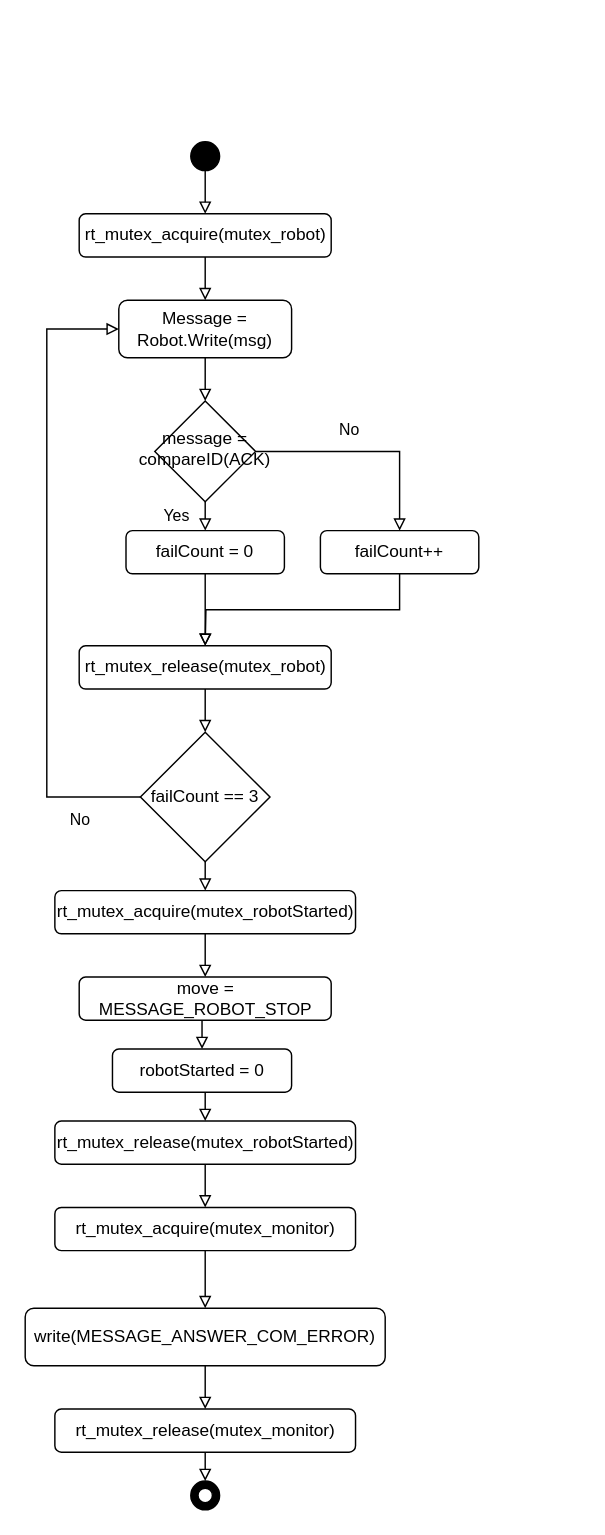
The draw.io diagram Conception/Thread ComRobotWatcher.drawio in Rayanem/Temps_reel, before the edit. Source tidied: cells renumbered, new cells numbered last; positions are measured from the earlier drawing's top-left corner, leaving out a move shared by most shapes. Both pictures are drawn from the tidied source at 144%, with x=0, y=0 at pixel (24, 141).
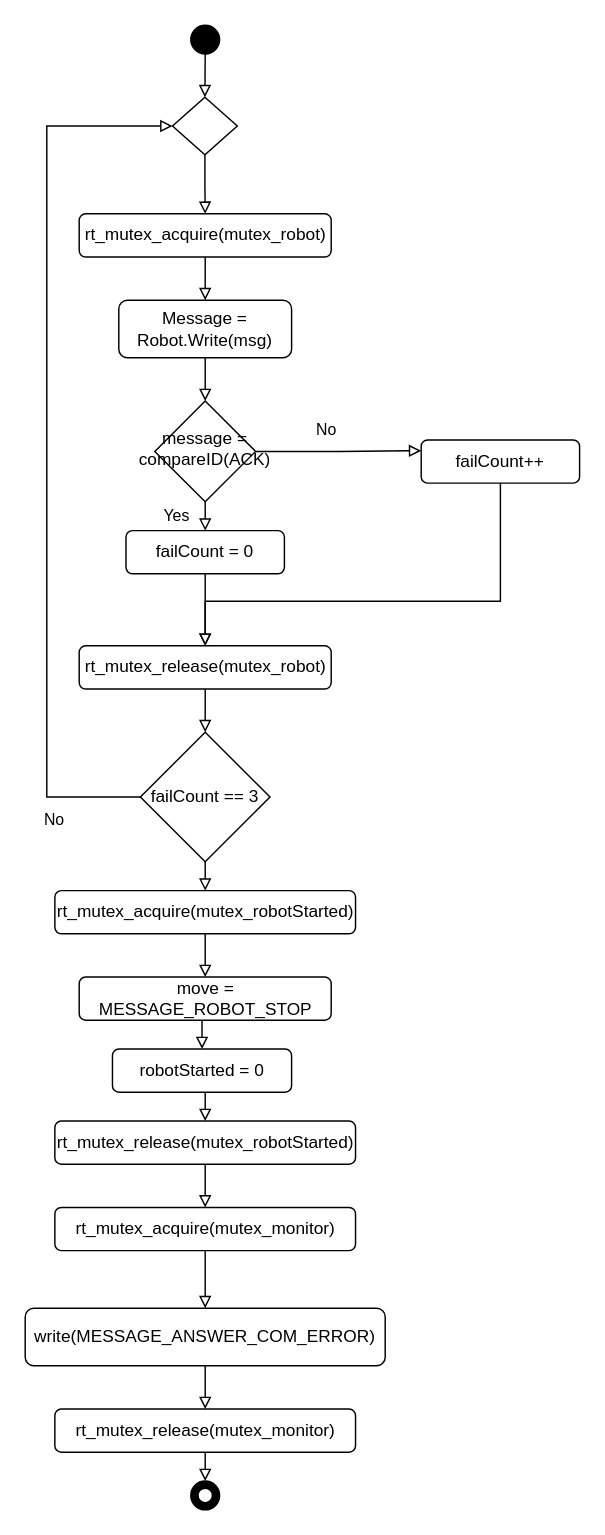
Above is the later version.

The change refers to these unchanged cells:
```xml
<mxCell id="3" value="rt_mutex_acquire(mutex_robot)" style="rounded=1;whiteSpace=wrap;html=1;fontSize=12;glass=0;strokeWidth=1;shadow=0;" parent="1" vertex="1">
  <mxGeometry x="37.5" y="50" width="175" height="30" as="geometry" />
</mxCell>
<mxCell id="5" value="Message = Robot.Write(msg)" style="rounded=1;whiteSpace=wrap;html=1;fontSize=12;glass=0;strokeWidth=1;shadow=0;" parent="1" vertex="1">
  <mxGeometry x="65" y="110" width="120" height="40" as="geometry" />
</mxCell>
<mxCell id="10" value="failCount == 3" style="rhombus;whiteSpace=wrap;html=1;" parent="1" vertex="1">
  <mxGeometry x="80" y="410" width="90" height="90" as="geometry" />
</mxCell>
<mxCell id="14" value="message = compareID(ACK)" style="rhombus;whiteSpace=wrap;html=1;shadow=0;fontFamily=Helvetica;fontSize=12;align=center;strokeWidth=1;spacing=6;spacingTop=-4;" parent="1" vertex="1">
  <mxGeometry x="90" y="180" width="70" height="70" as="geometry" />
</mxCell>
<mxCell id="20" value="rt_mutex_release(mutex_robot)" style="rounded=1;whiteSpace=wrap;html=1;fontSize=12;glass=0;strokeWidth=1;shadow=0;" parent="1" vertex="1">
  <mxGeometry x="37.5" y="350" width="175" height="30" as="geometry" />
</mxCell>
```

Diff of the diagram source:
```diff
@@
-    <mxCell id="6" style="edgeStyle=orthogonalEdgeStyle;rounded=0;jettySize=auto;html=1;exitX=0.5;exitY=1;exitDx=0;exitDy=0;entryX=0.5;entryY=0;entryDx=0;entryDy=0;endArrow=block;endFill=0;" parent="1" edge="1" target="3">
+    <mxCell id="6" style="edgeStyle=orthogonalEdgeStyle;rounded=0;jettySize=auto;html=1;exitX=0.5;exitY=1;exitDx=0;exitDy=0;entryX=0.5;entryY=0;entryDx=0;entryDy=0;endArrow=block;endFill=0;" parent="1" edge="1" target="38">
       <mxGeometry relative="1" as="geometry">
-        <mxPoint x="125" y="20" as="sourcePoint" />
+        <mxPoint x="125" y="-61" as="sourcePoint" />
       </mxGeometry>
     </mxCell>
-    <mxCell id="7" style="edgeStyle=orthogonalEdgeStyle;rounded=0;jettySize=auto;html=1;exitX=0;exitY=0.5;exitDx=0;exitDy=0;entryX=0;entryY=0.5;entryDx=0;entryDy=0;endArrow=block;endFill=0;" parent="1" edge="1" source="10" target="5">
+    <mxCell id="7" style="edgeStyle=orthogonalEdgeStyle;rounded=0;jettySize=auto;html=1;exitX=0;exitY=0.5;exitDx=0;exitDy=0;entryX=0;entryY=0.5;entryDx=0;entryDy=0;endArrow=block;endFill=0;" parent="1" edge="1" source="10" target="38">
       <mxGeometry relative="1" as="geometry">
         <Array as="points">
           <mxPoint x="15" y="455" />
-          <mxPoint x="15" y="130" />
+          <mxPoint x="15" y="-11" />
         </Array>
       </mxGeometry>
     </mxCell>
@@
     <mxCell id="11" style="ellipse;whiteSpace=wrap;html=1;fillColor=#000000;" parent="1" vertex="1">
-      <mxGeometry x="115" width="20" height="20" as="geometry" />
+      <mxGeometry x="115" y="-81" width="20" height="20" as="geometry" />
     </mxCell>
@@
-    <mxCell id="13" value="No" style="edgeStyle=orthogonalEdgeStyle;rounded=0;jettySize=auto;html=1;exitX=1;exitY=0.5;exitDx=0;exitDy=0;entryX=0.5;entryY=0;entryDx=0;entryDy=0;endArrow=block;endFill=0;" parent="1" edge="1" source="14" target="18">
-      <mxGeometry x="-0.16" y="15" relative="1" as="geometry" />
-    </mxCell>
@@
-    <mxCell id="17" style="edgeStyle=orthogonalEdgeStyle;rounded=0;jettySize=auto;html=1;exitX=0.5;exitY=1;exitDx=0;exitDy=0;endArrow=block;endFill=0;" parent="1" edge="1" source="18">
-      <mxGeometry relative="1" as="geometry">
-        <mxPoint x="125" y="350" as="targetPoint" />
-      </mxGeometry>
-    </mxCell>
-    <mxCell id="18" value="failCount++" style="rounded=1;whiteSpace=wrap;html=1;" parent="1" vertex="1">
-      <mxGeometry x="205" y="270" width="110" height="30" as="geometry" />
-    </mxCell>
@@
+    <mxCell id="37" style="edgeStyle=orthogonalEdgeStyle;rounded=0;jettySize=auto;html=1;entryX=0.5;entryY=0;entryDx=0;entryDy=0;endArrow=block;endFill=0;" parent="1" edge="1" source="38" target="3">
+      <mxGeometry relative="1" as="geometry" />
+    </mxCell>
+    <mxCell id="38" style="rhombus;whiteSpace=wrap;html=1;" parent="1" vertex="1">
+      <mxGeometry x="102.3" y="-31" width="45" height="40" as="geometry" />
+    </mxCell>
+    <mxCell id="39" style="edgeStyle=orthogonalEdgeStyle;rounded=0;jettySize=auto;html=1;endArrow=block;endFill=0;" parent="1" edge="1" source="18" target="20">
+      <mxGeometry relative="1" as="geometry">
+        <Array as="points">
+          <mxPoint x="330" y="319" />
+          <mxPoint x="125" y="319" />
+        </Array>
+      </mxGeometry>
+    </mxCell>
+    <mxCell id="18" value="failCount++" style="rounded=1;whiteSpace=wrap;html=1;" parent="1" vertex="1">
+      <mxGeometry x="275" y="207" width="110" height="30" as="geometry" />
+    </mxCell>
+    <mxCell id="13" value="No" style="edgeStyle=orthogonalEdgeStyle;rounded=0;jettySize=auto;html=1;exitX=1;exitY=0.5;exitDx=0;exitDy=0;entryX=0;entryY=0.25;entryDx=0;entryDy=0;endArrow=block;endFill=0;" parent="1" edge="1" source="14" target="18">
+      <mxGeometry x="-0.16" y="15" relative="1" as="geometry" />
+    </mxCell>
```
